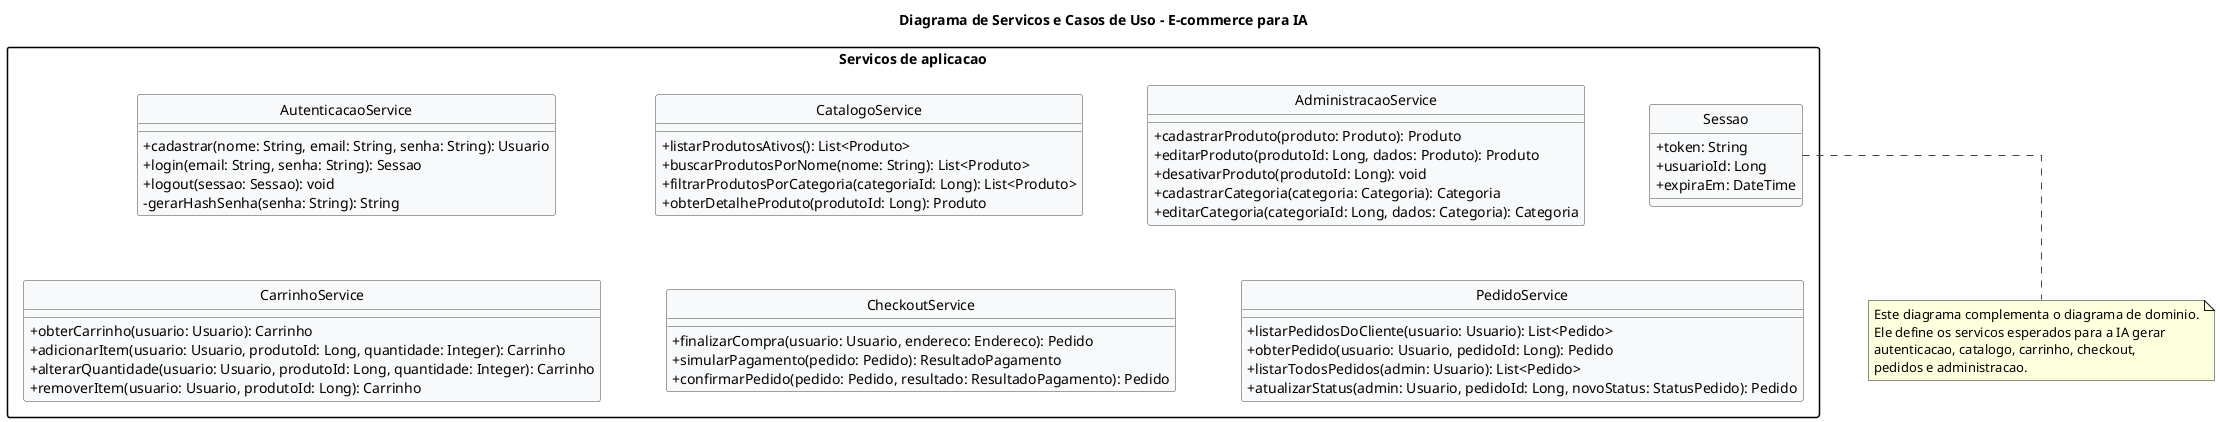
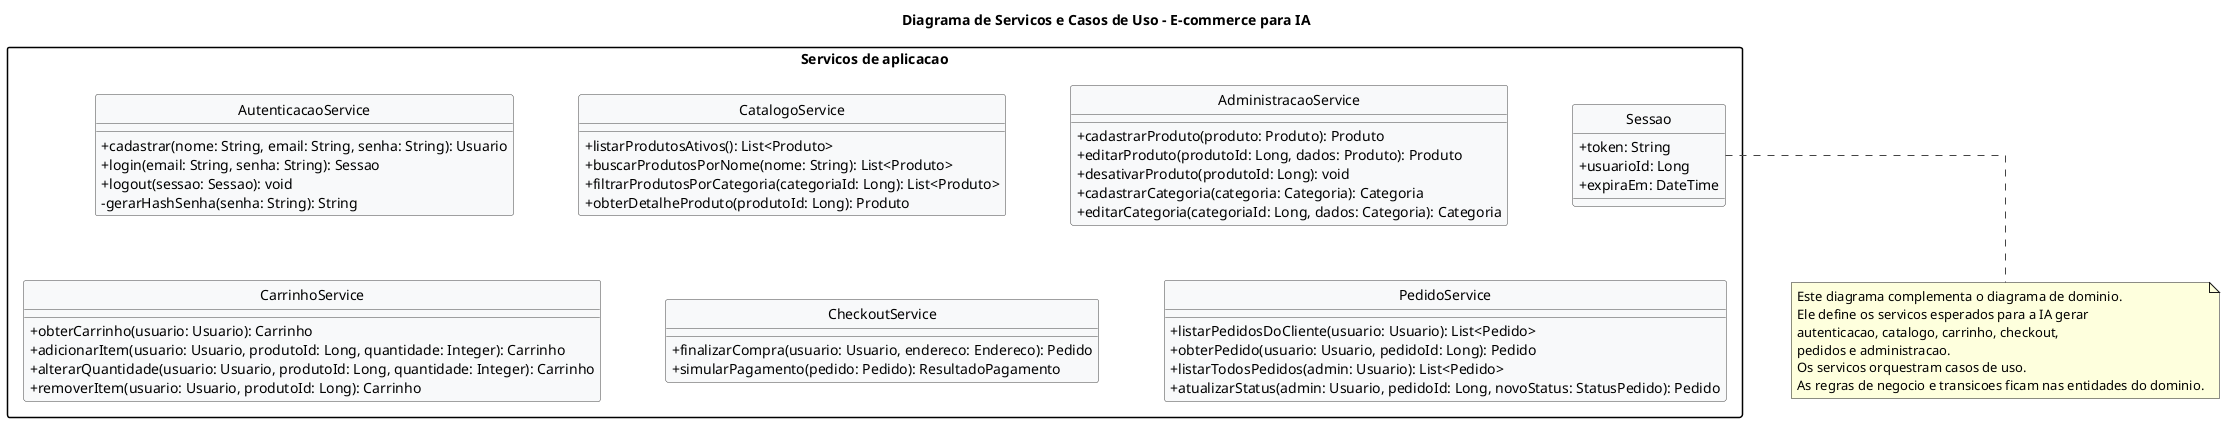
@startuml diagrama_servicos_ecommerce_ia
title Diagrama de Servicos e Casos de Uso - E-commerce para IA

hide circle
skinparam classAttributeIconSize 0
skinparam linetype ortho
skinparam shadowing false
skinparam packageStyle rectangle
skinparam nodesep 65
skinparam ranksep 55

skinparam class {
  BackgroundColor #F8F9FA
  BorderColor #444444
  ArrowColor #444444
}

package "Servicos de aplicacao" {
  class AutenticacaoService {
    +cadastrar(nome: String, email: String, senha: String): Usuario
    +login(email: String, senha: String): Sessao
    +logout(sessao: Sessao): void
    -gerarHashSenha(senha: String): String
  }

  class CatalogoService {
    +listarProdutosAtivos(): List<Produto>
    +buscarProdutosPorNome(nome: String): List<Produto>
    +filtrarProdutosPorCategoria(categoriaId: Long): List<Produto>
    +obterDetalheProduto(produtoId: Long): Produto
  }

  class CarrinhoService {
    +obterCarrinho(usuario: Usuario): Carrinho
    +adicionarItem(usuario: Usuario, produtoId: Long, quantidade: Integer): Carrinho
    +alterarQuantidade(usuario: Usuario, produtoId: Long, quantidade: Integer): Carrinho
    +removerItem(usuario: Usuario, produtoId: Long): Carrinho
  }

  class CheckoutService {
    +finalizarCompra(usuario: Usuario, endereco: Endereco): Pedido
    +simularPagamento(pedido: Pedido): ResultadoPagamento
-     +confirmarPedido(pedido: Pedido, resultado: ResultadoPagamento): Pedido
  }

  class PedidoService {
    +listarPedidosDoCliente(usuario: Usuario): List<Pedido>
    +obterPedido(usuario: Usuario, pedidoId: Long): Pedido
    +listarTodosPedidos(admin: Usuario): List<Pedido>
    +atualizarStatus(admin: Usuario, pedidoId: Long, novoStatus: StatusPedido): Pedido
  }

  class AdministracaoService {
    +cadastrarProduto(produto: Produto): Produto
    +editarProduto(produtoId: Long, dados: Produto): Produto
    +desativarProduto(produtoId: Long): void
    +cadastrarCategoria(categoria: Categoria): Categoria
    +editarCategoria(categoriaId: Long, dados: Categoria): Categoria
  }

  class Sessao {
    +token: String
    +usuarioId: Long
    +expiraEm: DateTime
  }
}

AutenticacaoService -[hidden]right- CatalogoService
CatalogoService -[hidden]right- AdministracaoService
CarrinhoService -[hidden]right- CheckoutService
CheckoutService -[hidden]right- PedidoService
AutenticacaoService -[hidden]down- CarrinhoService
CatalogoService -[hidden]down- CheckoutService
AdministracaoService -[hidden]down- PedidoService

note bottom
  Este diagrama complementa o diagrama de dominio.
  Ele define os servicos esperados para a IA gerar
  autenticacao, catalogo, carrinho, checkout,
  pedidos e administracao.
+   Os servicos orquestram casos de uso.
+   As regras de negocio e transicoes ficam nas entidades do dominio.
end note

@enduml
